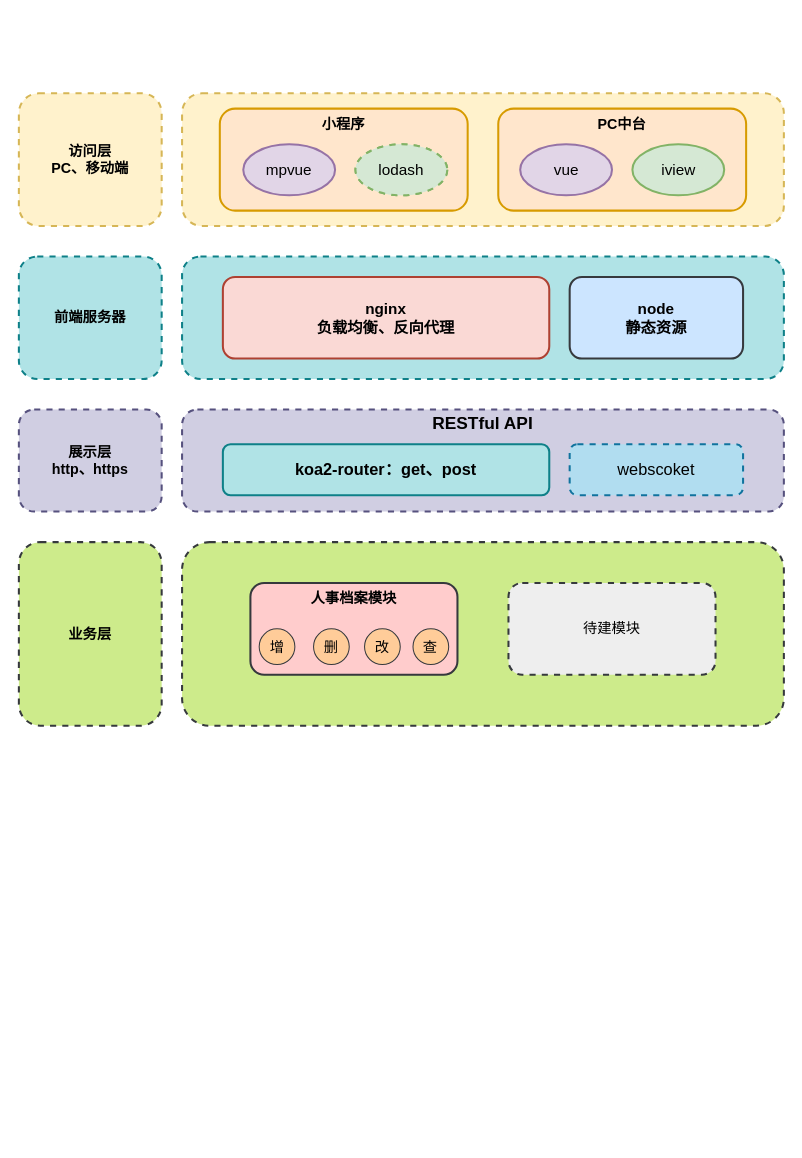
Above: 系统架构.drawio in 8230459/drawio (draw.io), before the change. Source tidied: cells renumbered, new cells numbered last; positions are measured from the earlier drawing's top-left corner, leaving out a move shared by most shapes. Both pictures are drawn from the tidied source at 102%, with x=0, y=0 at pixel (18, 93).
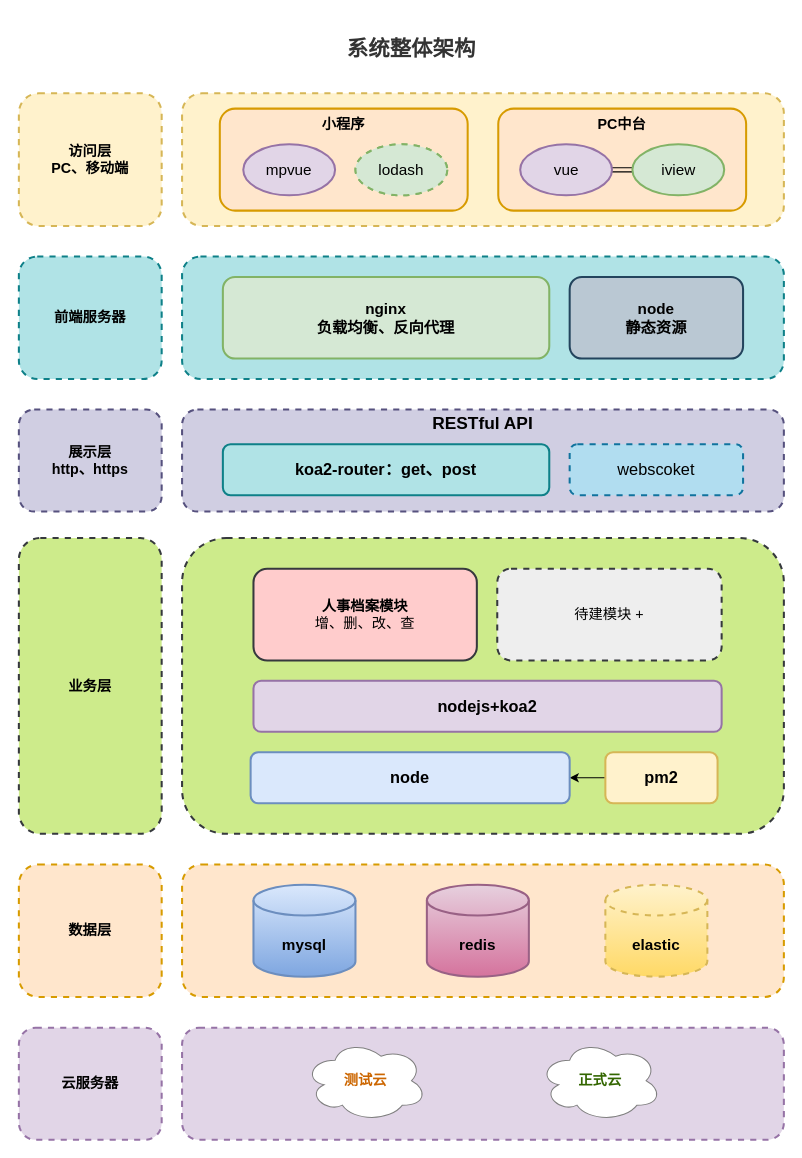
The same page after the edit.

Unchanged cells that the change refers to:
```xml
<mxCell id="9" value="vue" style="ellipse;whiteSpace=wrap;html=1;strokeColor=#9673a6;strokeWidth=2;fontSize=15;fillColor=#e1d5e7;" parent="1" vertex="1">
  <mxGeometry x="491.5" y="50" width="90" height="50" as="geometry" />
</mxCell>
<mxCell id="10" value="iview" style="ellipse;whiteSpace=wrap;html=1;strokeColor=#82b366;strokeWidth=2;fontSize=15;fillColor=#d5e8d4;" parent="1" vertex="1">
  <mxGeometry x="601.5" y="50" width="90" height="50" as="geometry" />
</mxCell>
```

The edit, as a diff of the source:
```diff
@@
+    <mxCell id="27" style="edgeStyle=orthogonalEdgeStyle;shape=link;rounded=0;jettySize=auto;html=1;fontSize=21;fontColor=#333333;" parent="1" edge="1" source="9" target="10">
+      <mxGeometry relative="1" as="geometry" />
+    </mxCell>
@@
     <mxCell id="15" style="rounded=1;whiteSpace=wrap;strokeWidth=2;fontSize=17;fontStyle=1;fontFamily=Helvetica;verticalAlign=top;horizontal=1;spacing=0;dashed=1;strokeColor=#36393d;fillColor=#cdeb8b;" parent="1" vertex="1">
-      <mxGeometry x="160" y="440" width="590" height="180" as="geometry" />
+      <mxGeometry x="160" y="436" width="590" height="290" as="geometry" />
     </mxCell>
     <mxCell id="16" value="业务层" style="rounded=1;whiteSpace=wrap;strokeWidth=2;fontSize=14;fontStyle=1;fontFamily=Helvetica;verticalAlign=middle;horizontal=1;spacing=0;dashed=1;strokeColor=#36393d;fillColor=#cdeb8b;" parent="1" vertex="1">
-      <mxGeometry y="440" width="140" height="180" as="geometry" />
+      <mxGeometry y="436" width="140" height="290" as="geometry" />
     </mxCell>
@@
-    <mxCell id="19" value="nginx &lt;br style=&quot;font-size: 15px;&quot;&gt;负载均衡、反向代理" style="rounded=1;whiteSpace=wrap;html=1;strokeColor=#ae4132;strokeWidth=2;fontSize=15;fillColor=#fad9d5;fontStyle=1;" parent="1" vertex="1">
+    <mxCell id="19" value="nginx &lt;br style=&quot;font-size: 15px;&quot;&gt;负载均衡、反向代理" style="rounded=1;whiteSpace=wrap;html=1;strokeColor=#82b366;strokeWidth=2;fontSize=15;fillColor=#d5e8d4;fontStyle=1;" parent="1" vertex="1">
       <mxGeometry x="200" y="180" width="320" height="80" as="geometry" />
     </mxCell>
-    <mxCell id="20" value="&lt;b style=&quot;font-size: 15px;&quot;&gt;node&lt;br style=&quot;font-size: 15px;&quot;&gt;静态资源&lt;/b&gt;" style="rounded=1;whiteSpace=wrap;html=1;strokeColor=#36393d;strokeWidth=2;fontSize=15;fillColor=#cce5ff;" parent="1" vertex="1">
+    <mxCell id="20" value="&lt;b style=&quot;font-size: 15px;&quot;&gt;node&lt;br style=&quot;font-size: 15px;&quot;&gt;静态资源&lt;/b&gt;" style="rounded=1;whiteSpace=wrap;html=1;strokeColor=#23445d;strokeWidth=2;fontSize=15;fillColor=#bac8d3;" parent="1" vertex="1">
       <mxGeometry x="540" y="180" width="170" height="80" as="geometry" />
     </mxCell>
-    <mxCell id="21" value="人事档案模块" style="rounded=1;whiteSpace=wrap;html=1;strokeColor=#36393d;strokeWidth=2;fillColor=#ffcccc;verticalAlign=top;fontSize=14;fontStyle=1;" parent="1" vertex="1">
-      <mxGeometry x="227" y="480" width="203" height="90" as="geometry" />
+    <mxCell id="21" value="人事档案模块&lt;br&gt;&lt;span style=&quot;font-weight: normal&quot;&gt;增、删、改、查&lt;/span&gt;" style="rounded=1;whiteSpace=wrap;html=1;strokeColor=#36393d;strokeWidth=2;fillColor=#ffcccc;verticalAlign=middle;fontSize=14;fontStyle=1;" parent="1" vertex="1">
+      <mxGeometry x="230" y="466" width="219" height="90" as="geometry" />
     </mxCell>
-    <mxCell id="22" value="待建模块" style="rounded=1;whiteSpace=wrap;html=1;strokeColor=#36393d;strokeWidth=2;fillColor=#eeeeee;verticalAlign=middle;fontSize=14;fontStyle=0;dashed=1;" parent="1" vertex="1">
-      <mxGeometry x="480" y="480" width="203" height="90" as="geometry" />
+    <mxCell id="22" value="待建模块 +" style="rounded=1;whiteSpace=wrap;html=1;strokeColor=#36393d;strokeWidth=2;fillColor=#eeeeee;verticalAlign=middle;fontSize=14;fontStyle=0;dashed=1;" parent="1" vertex="1">
+      <mxGeometry x="469" y="466" width="220" height="90" as="geometry" />
     </mxCell>
-    <mxCell id="23" value="增" style="ellipse;whiteSpace=wrap;html=1;strokeColor=#36393d;strokeWidth=1;fontSize=14;fillColor=#ffcc99;" parent="1" vertex="1">
-      <mxGeometry x="235.6" y="525" width="35" height="35" as="geometry" />
-    </mxCell>
-    <mxCell id="24" value="删" style="ellipse;whiteSpace=wrap;html=1;strokeColor=#36393d;strokeWidth=1;fontSize=14;fillColor=#ffcc99;" parent="1" vertex="1">
-      <mxGeometry x="288.9" y="525" width="35" height="35" as="geometry" />
-    </mxCell>
-    <mxCell id="25" value="改" style="ellipse;whiteSpace=wrap;html=1;strokeColor=#36393d;strokeWidth=1;fontSize=14;fillColor=#ffcc99;" parent="1" vertex="1">
-      <mxGeometry x="338.9" y="525" width="35" height="35" as="geometry" />
-    </mxCell>
-    <mxCell id="26" value="查" style="ellipse;whiteSpace=wrap;html=1;strokeColor=#36393d;strokeWidth=1;fontSize=14;fillColor=#ffcc99;" parent="1" vertex="1">
-      <mxGeometry x="386.4" y="525" width="35" height="35" as="geometry" />
-    </mxCell>
+    <mxCell id="28" style="rounded=1;whiteSpace=wrap;strokeWidth=2;fontSize=17;fontStyle=1;fontFamily=Helvetica;verticalAlign=top;horizontal=1;spacing=0;dashed=1;strokeColor=#d79b00;fillColor=#ffe6cc;" parent="1" vertex="1">
+      <mxGeometry x="160" y="756" width="590" height="130" as="geometry" />
+    </mxCell>
+    <mxCell id="29" value="数据层" style="rounded=1;whiteSpace=wrap;strokeWidth=2;fontSize=14;fontStyle=1;fontFamily=Helvetica;verticalAlign=middle;horizontal=1;spacing=0;dashed=1;strokeColor=#d79b00;fillColor=#ffe6cc;" parent="1" vertex="1">
+      <mxGeometry y="756" width="140" height="130" as="geometry" />
+    </mxCell>
+    <mxCell id="30" style="rounded=1;whiteSpace=wrap;strokeWidth=2;fontSize=17;fontStyle=1;fontFamily=Helvetica;verticalAlign=top;horizontal=1;spacing=0;dashed=1;strokeColor=#9673a6;fillColor=#e1d5e7;" parent="1" vertex="1">
+      <mxGeometry x="160" y="916" width="590" height="110" as="geometry" />
+    </mxCell>
+    <mxCell id="31" value="云服务器" style="rounded=1;whiteSpace=wrap;strokeWidth=2;fontSize=14;fontStyle=1;fontFamily=Helvetica;verticalAlign=middle;horizontal=1;spacing=0;dashed=1;strokeColor=#9673a6;fillColor=#e1d5e7;" parent="1" vertex="1">
+      <mxGeometry y="916" width="140" height="110" as="geometry" />
+    </mxCell>
+    <mxCell id="32" value="&lt;span style=&quot;font-weight: 700&quot;&gt;mysql&lt;/span&gt;" style="shape=cylinder3;whiteSpace=wrap;html=1;boundedLbl=1;backgroundOutline=1;size=15;strokeColor=#6c8ebf;strokeWidth=2;fontSize=15;gradientColor=#7ea6e0;fillColor=#dae8fc;" parent="1" vertex="1">
+      <mxGeometry x="230" y="776" width="100" height="90" as="geometry" />
+    </mxCell>
+    <mxCell id="33" value="&lt;span style=&quot;font-weight: 700&quot;&gt;redis&lt;/span&gt;" style="shape=cylinder3;whiteSpace=wrap;html=1;boundedLbl=1;backgroundOutline=1;size=15;strokeColor=#996185;strokeWidth=2;fontSize=15;gradientColor=#d5739d;fillColor=#e6d0de;" parent="1" vertex="1">
+      <mxGeometry x="400" y="776" width="100" height="90" as="geometry" />
+    </mxCell>
+    <mxCell id="34" value="&lt;b&gt;elastic&lt;/b&gt;" style="shape=cylinder3;whiteSpace=wrap;html=1;boundedLbl=1;backgroundOutline=1;size=15;strokeColor=#d6b656;strokeWidth=2;fontSize=15;fillColor=#fff2cc;gradientColor=#ffd966;dashed=1;" parent="1" vertex="1">
+      <mxGeometry x="575" y="776" width="100" height="90" as="geometry" />
+    </mxCell>
+    <mxCell id="35" value="测试云" style="ellipse;shape=cloud;whiteSpace=wrap;html=1;strokeColor=#808080;strokeWidth=1;fontSize=14;fontColor=#CC6600;fontStyle=1;" parent="1" vertex="1">
+      <mxGeometry x="280" y="928" width="120" height="80" as="geometry" />
+    </mxCell>
+    <mxCell id="36" value="正式云" style="ellipse;shape=cloud;whiteSpace=wrap;html=1;strokeColor=#808080;strokeWidth=1;fontSize=14;fontColor=#336600;fontStyle=1;" parent="1" vertex="1">
+      <mxGeometry x="510" y="928" width="120" height="80" as="geometry" />
+    </mxCell>
+    <mxCell id="37" value="系统整体架构" style="text;html=1;strokeColor=none;fillColor=none;align=center;verticalAlign=middle;whiteSpace=wrap;rounded=0;fontSize=21;fontStyle=1;fontColor=#333333;" parent="1" vertex="1">
+      <mxGeometry x="290" y="-74" width="190" height="60" as="geometry" />
+    </mxCell>
+    <mxCell id="38" value="nodejs+koa2" style="rounded=1;whiteSpace=wrap;html=1;strokeColor=#9673a6;strokeWidth=2;fillColor=#e1d5e7;verticalAlign=middle;fontSize=16;fontStyle=1;" parent="1" vertex="1">
+      <mxGeometry x="230" y="576" width="459" height="50" as="geometry" />
+    </mxCell>
+    <mxCell id="39" style="edgeStyle=orthogonalEdgeStyle;rounded=0;jettySize=auto;html=1;fontSize=21;fontColor=#333333;" parent="1" edge="1" source="40" target="41">
+      <mxGeometry relative="1" as="geometry" />
+    </mxCell>
+    <mxCell id="40" value="pm2" style="rounded=1;whiteSpace=wrap;html=1;strokeColor=#d6b656;strokeWidth=2;fillColor=#fff2cc;verticalAlign=middle;fontSize=16;fontStyle=1;" parent="1" vertex="1">
+      <mxGeometry x="575" y="646" width="110" height="50" as="geometry" />
+    </mxCell>
+    <mxCell id="41" value="node" style="rounded=1;whiteSpace=wrap;html=1;strokeColor=#6c8ebf;strokeWidth=2;fillColor=#dae8fc;verticalAlign=middle;fontSize=16;fontStyle=1;" parent="1" vertex="1">
+      <mxGeometry x="227.2" y="646" width="312.8" height="50" as="geometry" />
+    </mxCell>
```
